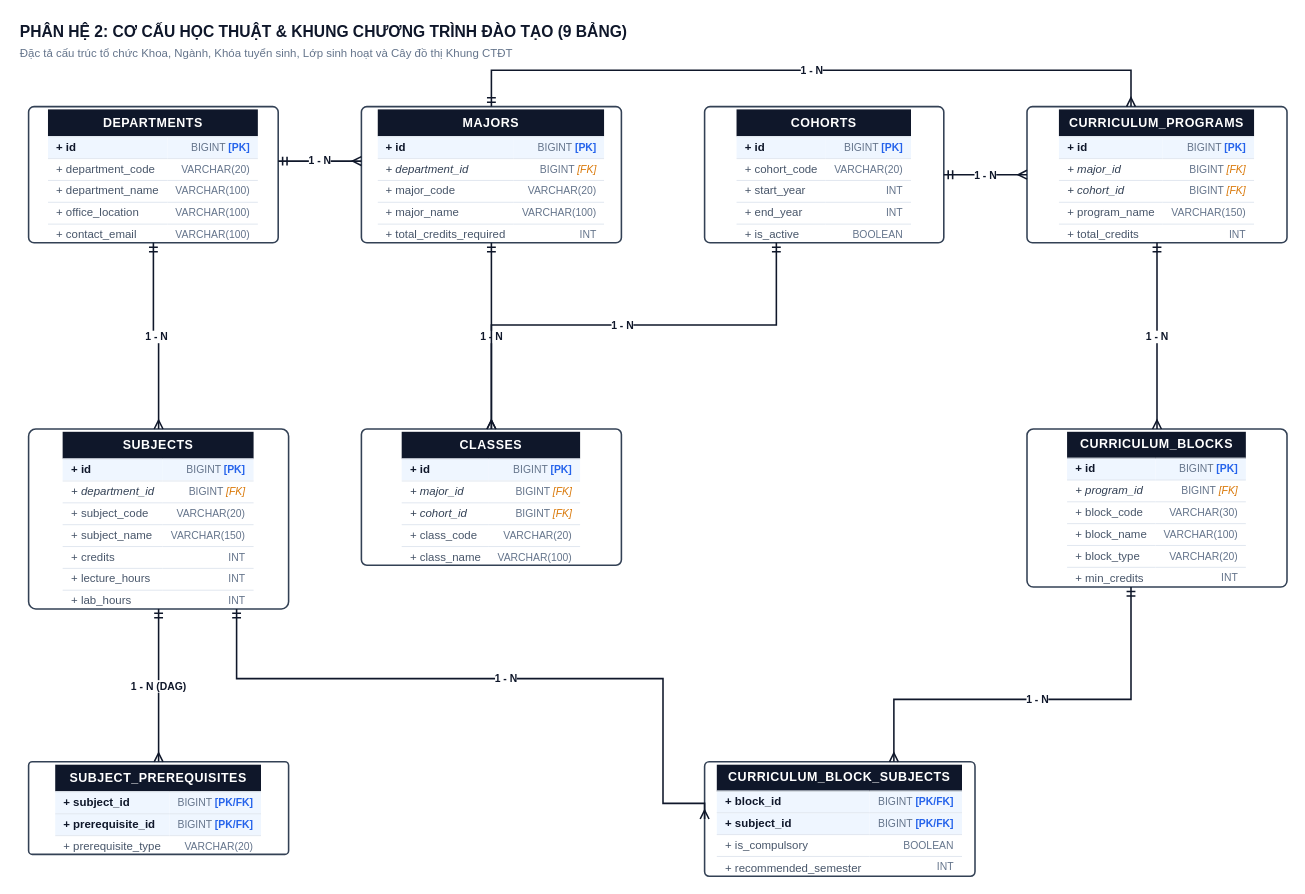
Above: page "3. Phân hệ 2 - Cơ cấu Đào tạo & Khung CTĐT" (3 of 8) of drawio/ERD_Diagrams.drawio in DevMarkie/DoAnChuyenNganh (draw.io), before the change. Source tidied: cells renumbered, new cells numbered last; positions are measured from the earlier drawing's top-left corner, leaving out a move shared by most shapes. Both pictures are drawn from the tidied source at 104%, with x=0, y=0 at pixel (18, 18).
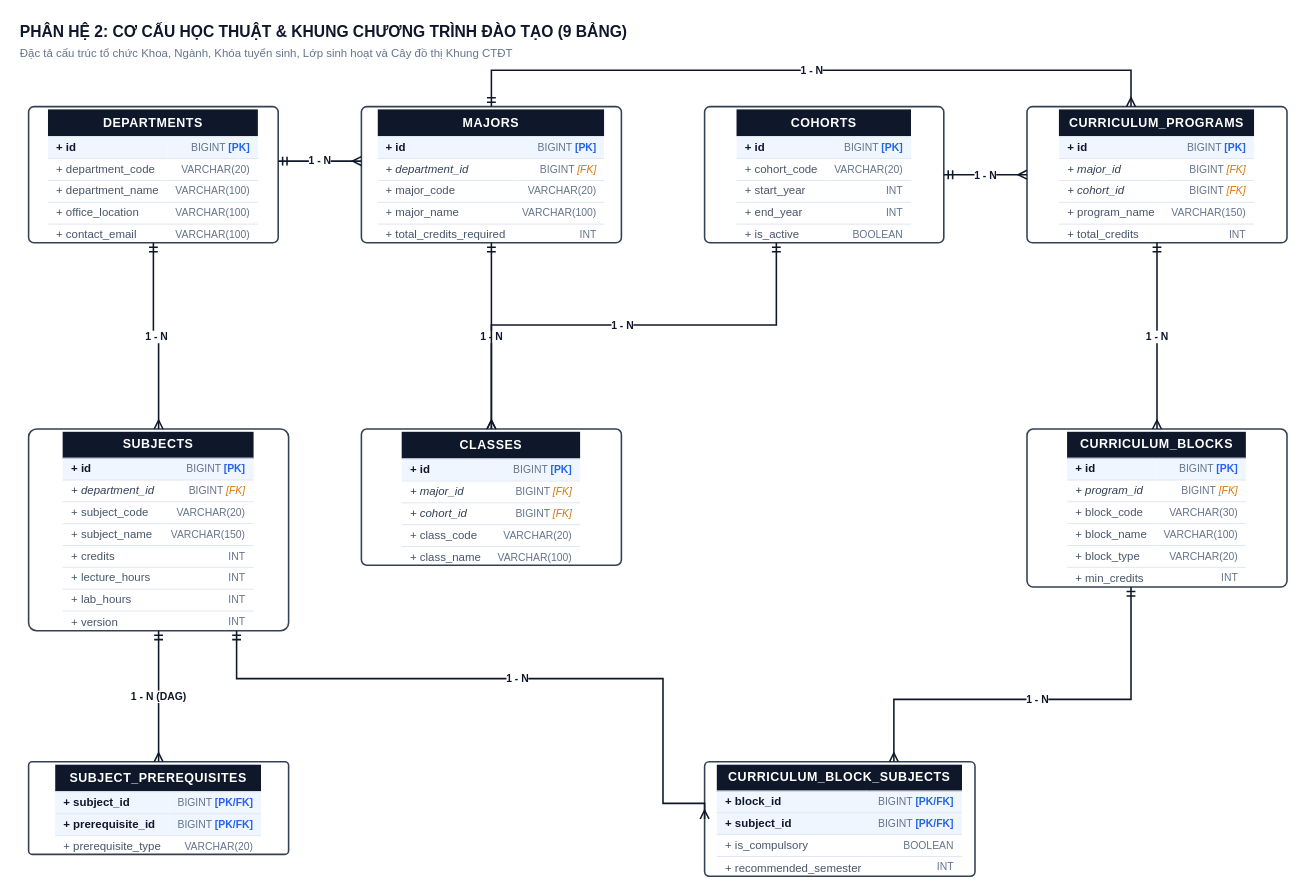
The same page after the edit.

What changed in the source:
```diff
@@
-    <mxCell id="8" value="&lt;table style=&quot;width:100%; border-collapse:collapse; font-family:Arial,Helvetica,sans-serif; font-size:11px; margin:0; padding:0;&quot;&gt;&lt;tr style=&quot;background:#0f172a; color:#ffffff; height:26px;&quot;&gt;&lt;td colspan=&quot;2&quot; align=&quot;center&quot; style=&quot;font-weight:bold; font-size:12px; letter-spacing:0.5px;&quot;&gt;SUBJECTS&lt;/td&gt;&lt;/tr&gt;&lt;tr style=&quot;background:#eff6ff; height:21px; border-top:1px solid #e2e8f0;&quot;&gt;&lt;td style=&quot;padding:2px 8px; text-align:left; font-weight:bold; color:#0f172a;&quot;&gt;+ id&lt;/td&gt;&lt;td style=&quot;padding:2px 8px; text-align:right; color:#64748b; font-size:10px;&quot;&gt;BIGINT &lt;b style=&quot;color:#2563eb;&quot;&gt;[PK]&lt;/b&gt;&lt;/td&gt;&lt;/tr&gt;&lt;tr style=&quot;background:#ffffff; height:21px; border-top:1px solid #e2e8f0;&quot;&gt;&lt;td style=&quot;padding:2px 8px; text-align:left; font-style:italic; color:#334155;&quot;&gt;+ department_id&lt;/td&gt;&lt;td style=&quot;padding:2px 8px; text-align:right; color:#64748b; font-size:10px;&quot;&gt;BIGINT &lt;i style=&quot;color:#d97706;&quot;&gt;[FK]&lt;/i&gt;&lt;/td&gt;&lt;/tr&gt;&lt;tr style=&quot;background:#ffffff; height:21px; border-top:1px solid #e2e8f0;&quot;&gt;&lt;td style=&quot;padding:2px 8px; text-align:left; color:#475569;&quot;&gt;+ subject_code&lt;/td&gt;&lt;td style=&quot;padding:2px 8px; text-align:right; color:#64748b; font-size:10px;&quot;&gt;VARCHAR(20)&lt;/td&gt;&lt;/tr&gt;&lt;tr style=&quot;background:#ffffff; height:21px; border-top:1px solid #e2e8f0;&quot;&gt;&lt;td style=&quot;padding:2px 8px; text-align:left; color:#475569;&quot;&gt;+ subject_name&lt;/td&gt;&lt;td style=&quot;padding:2px 8px; text-align:right; color:#64748b; font-size:10px;&quot;&gt;VARCHAR(150)&lt;/td&gt;&lt;/tr&gt;&lt;tr style=&quot;background:#ffffff; height:21px; border-top:1px solid #e2e8f0;&quot;&gt;&lt;td style=&quot;padding:2px 8px; text-align:left; color:#475569;&quot;&gt;+ credits&lt;/td&gt;&lt;td style=&quot;padding:2px 8px; text-align:right; color:#64748b; font-size:10px;&quot;&gt;INT&lt;/td&gt;&lt;/tr&gt;&lt;tr style=&quot;background:#ffffff; height:21px; border-top:1px solid #e2e8f0;&quot;&gt;&lt;td style=&quot;padding:2px 8px; text-align:left; color:#475569;&quot;&gt;+ lecture_hours&lt;/td&gt;&lt;td style=&quot;padding:2px 8px; text-align:right; color:#64748b; font-size:10px;&quot;&gt;INT&lt;/td&gt;&lt;/tr&gt;&lt;tr style=&quot;background:#ffffff; height:21px; border-top:1px solid #e2e8f0;&quot;&gt;&lt;td style=&quot;padding:2px 8px; text-align:left; color:#475569;&quot;&gt;+ lab_hours&lt;/td&gt;&lt;td style=&quot;padding:2px 8px; text-align:right; color:#64748b; font-size:10px;&quot;&gt;INT&lt;/td&gt;&lt;/tr&gt;&lt;/table&gt;" style="rounded=1;arcSize=4;strokeColor=#334155;strokeWidth=1.5;fillColor=#ffffff;html=1;overflow=hidden;whiteSpace=wrap;" parent="1" vertex="1">
-      <mxGeometry x="10" y="395" width="250" height="173" as="geometry" />
+    <mxCell id="8" value="&lt;table style=&quot;width:100%; border-collapse:collapse; font-family:Arial,Helvetica,sans-serif; font-size:11px; margin:0; padding:0;&quot;&gt;&lt;tr style=&quot;background:#0f172a; color:#ffffff; height:26px;&quot;&gt;&lt;td colspan=&quot;2&quot; align=&quot;center&quot; style=&quot;font-weight:bold; font-size:12px; letter-spacing:0.5px;&quot;&gt;SUBJECTS&lt;/td&gt;&lt;/tr&gt;&lt;tr style=&quot;background:#eff6ff; height:21px; border-top:1px solid #e2e8f0;&quot;&gt;&lt;td style=&quot;padding:2px 8px; text-align:left; font-weight:bold; color:#0f172a;&quot;&gt;+ id&lt;/td&gt;&lt;td style=&quot;padding:2px 8px; text-align:right; color:#64748b; font-size:10px;&quot;&gt;BIGINT &lt;b style=&quot;color:#2563eb;&quot;&gt;[PK]&lt;/b&gt;&lt;/td&gt;&lt;/tr&gt;&lt;tr style=&quot;background:#ffffff; height:21px; border-top:1px solid #e2e8f0;&quot;&gt;&lt;td style=&quot;padding:2px 8px; text-align:left; font-style:italic; color:#334155;&quot;&gt;+ department_id&lt;/td&gt;&lt;td style=&quot;padding:2px 8px; text-align:right; color:#64748b; font-size:10px;&quot;&gt;BIGINT &lt;i style=&quot;color:#d97706;&quot;&gt;[FK]&lt;/i&gt;&lt;/td&gt;&lt;/tr&gt;&lt;tr style=&quot;background:#ffffff; height:21px; border-top:1px solid #e2e8f0;&quot;&gt;&lt;td style=&quot;padding:2px 8px; text-align:left; color:#475569;&quot;&gt;+ subject_code&lt;/td&gt;&lt;td style=&quot;padding:2px 8px; text-align:right; color:#64748b; font-size:10px;&quot;&gt;VARCHAR(20)&lt;/td&gt;&lt;/tr&gt;&lt;tr style=&quot;background:#ffffff; height:21px; border-top:1px solid #e2e8f0;&quot;&gt;&lt;td style=&quot;padding:2px 8px; text-align:left; color:#475569;&quot;&gt;+ subject_name&lt;/td&gt;&lt;td style=&quot;padding:2px 8px; text-align:right; color:#64748b; font-size:10px;&quot;&gt;VARCHAR(150)&lt;/td&gt;&lt;/tr&gt;&lt;tr style=&quot;background:#ffffff; height:21px; border-top:1px solid #e2e8f0;&quot;&gt;&lt;td style=&quot;padding:2px 8px; text-align:left; color:#475569;&quot;&gt;+ credits&lt;/td&gt;&lt;td style=&quot;padding:2px 8px; text-align:right; color:#64748b; font-size:10px;&quot;&gt;INT&lt;/td&gt;&lt;/tr&gt;&lt;tr style=&quot;background:#ffffff; height:21px; border-top:1px solid #e2e8f0;&quot;&gt;&lt;td style=&quot;padding:2px 8px; text-align:left; color:#475569;&quot;&gt;+ lecture_hours&lt;/td&gt;&lt;td style=&quot;padding:2px 8px; text-align:right; color:#64748b; font-size:10px;&quot;&gt;INT&lt;/td&gt;&lt;/tr&gt;&lt;tr style=&quot;background:#ffffff; height:21px; border-top:1px solid #e2e8f0;&quot;&gt;&lt;td style=&quot;padding:2px 8px; text-align:left; color:#475569;&quot;&gt;+ lab_hours&lt;/td&gt;&lt;td style=&quot;padding:2px 8px; text-align:right; color:#64748b; font-size:10px;&quot;&gt;INT&lt;/td&gt;&lt;/tr&gt;&lt;tr style=&quot;background:#ffffff; height:21px; border-top:1px solid #e2e8f0;&quot;&gt;&lt;td style=&quot;padding:2px 8px; text-align:left; color:#475569;&quot;&gt;+ version&lt;/td&gt;&lt;td style=&quot;padding:2px 8px; text-align:right; color:#64748b; font-size:10px;&quot;&gt;INT&lt;/td&gt;&lt;/tr&gt;&lt;/table&gt;" style="rounded=1;arcSize=4;strokeColor=#334155;strokeWidth=1.5;fillColor=#ffffff;html=1;overflow=hidden;whiteSpace=wrap;" parent="1" vertex="1">
+      <mxGeometry x="10" y="395" width="250" height="194" as="geometry" />
     </mxCell>
```
